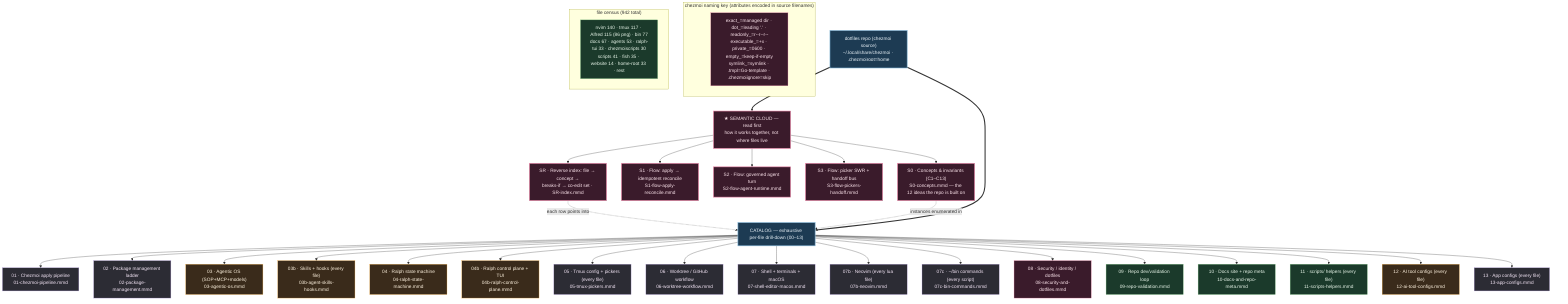
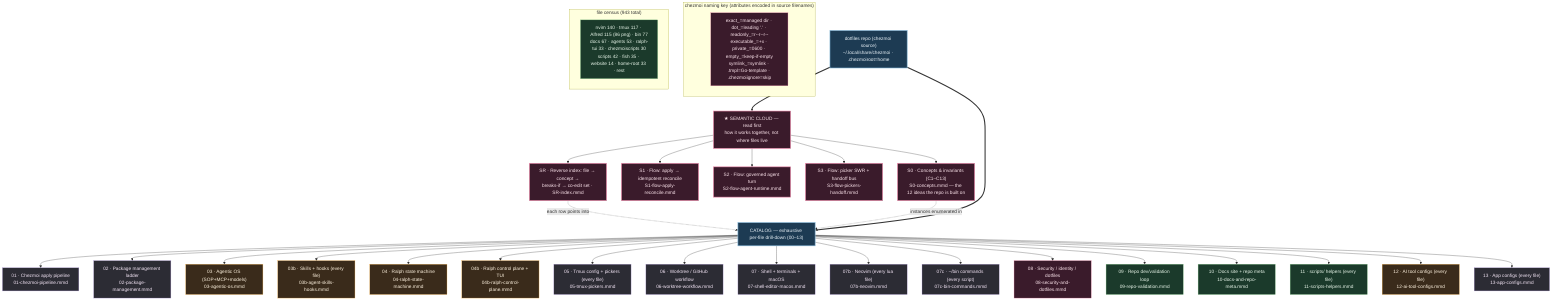
%% ============================================================================
%% 00-overview.mmd — Master navigation map for kapral18/dotfiles
%% TWO LAYERS:
%%   SEMANTIC CLOUD (read first) — how the system THINKS: concepts+invariants
%%     (S0), cross-cutting flows (S1/S2/S3), and a reverse index (SR) that maps
%%     any file to its concept, blast radius, and co-edit set.
%%   CATALOG (drill-down) — how the system is LAID OUT: 00-13 enumerate every
- %%     one of the 942 tracked files (git ls-files) by exact chezmoi source path.
+ %%     one of the 943 tracked files (git ls-files) by exact chezmoi source path.
%% `home/` is chezmoi source deployed to $HOME; scripts/tools/website/docs are
%% repo-side (NOT deployed). Each node → a deeper .mmd.
%% ============================================================================
graph TD
    classDef entry fill:#1d3b53,stroke:#7fb3d5,color:#eaf2f8,stroke-width:2px;
    classDef sys fill:#2c2c34,stroke:#b39ddb,color:#f3e5f5;
    classDef ai fill:#3a2b1b,stroke:#ffb74d,color:#fff3e0;
    classDef repo fill:#1b3a2b,stroke:#81c784,color:#e8f5e9;
    classDef data fill:#3a1b2b,stroke:#f48fb1,color:#fce4ec;
    classDef sem fill:#3a1b2b,stroke:#f48fb1,color:#fce4ec,stroke-width:2px;

    ROOT["dotfiles repo (chezmoi source)<br/>~/.local/share/chezmoi · .chezmoiroot=home"]:::entry

    %% ---- SEMANTIC LAYER (read before the catalog) --------------------------
    ROOT ==> SEMHEAD["★ SEMANTIC CLOUD — read first<br/>how it works together, not where files live"]:::sem
    SEMHEAD --> S0["S0 · Concepts & invariants (C1–C13)<br/>S0-concepts.mmd — the 12 ideas the repo is built on"]:::sem
    SEMHEAD --> S1["S1 · Flow: apply → idempotent reconcile<br/>S1-flow-apply-reconcile.mmd"]:::sem
    SEMHEAD --> S2["S2 · Flow: governed agent turn<br/>S2-flow-agent-runtime.mmd"]:::sem
    SEMHEAD --> S3["S3 · Flow: picker SWR + handoff bus<br/>S3-flow-pickers-handoff.mmd"]:::sem
    SEMHEAD --> SR["SR · Reverse index: file → concept →<br/>breaks-if → co-edit set · SR-index.mmd"]:::sem
    SR -. "each row points into" .-> CATHEAD
    S0 -. "instances enumerated in" .-> CATHEAD

    %% ---- CATALOG LAYER (exhaustive per-file drill-down) --------------------
    ROOT ==> CATHEAD["CATALOG — exhaustive per-file drill-down (00–13)"]:::entry

    CATHEAD --> CZ["01 · Chezmoi apply pipeline<br/>01-chezmoi-pipeline.mmd"]:::sys
    CATHEAD --> PKG["02 · Package management ladder<br/>02-package-management.mmd"]:::sys
    CATHEAD --> AIOS["03 · Agentic OS (SOP+MCP+models)<br/>03-agentic-os.mmd"]:::ai
    CATHEAD --> SKILLS["03b · Skills + hooks (every file)<br/>03b-agent-skills-hooks.mmd"]:::ai
    CATHEAD --> RALPH["04 · Ralph state machine<br/>04-ralph-state-machine.mmd"]:::ai
    CATHEAD --> RALPHCP["04b · Ralph control plane + TUI<br/>04b-ralph-control-plane.mmd"]:::ai
    CATHEAD --> TMUX["05 · Tmux config + pickers (every file)<br/>05-tmux-pickers.mmd"]:::sys
    CATHEAD --> WT["06 · Worktree / GitHub workflow<br/>06-worktree-workflow.mmd"]:::sys
    CATHEAD --> SEM["07 · Shell + terminals + macOS<br/>07-shell-editor-macos.mmd"]:::sys
    CATHEAD --> NVIM["07b · Neovim (every lua file)<br/>07b-neovim.mmd"]:::sys
    CATHEAD --> BIN["07c · ~/bin commands (every script)<br/>07c-bin-commands.mmd"]:::sys
    CATHEAD --> SEC["08 · Security / identity / dotfiles<br/>08-security-and-dotfiles.mmd"]:::data
    CATHEAD --> VAL["09 · Repo dev/validation loop<br/>09-repo-validation.mmd"]:::repo
    CATHEAD --> DOCS["10 · Docs site + repo meta<br/>10-docs-and-repo-meta.mmd"]:::repo
    CATHEAD --> SCRIPTS["11 · scripts/ helpers (every file)<br/>11-scripts-helpers.mmd"]:::repo
    CATHEAD --> AICFG["12 · AI tool configs (every file)<br/>12-ai-tool-configs.mmd"]:::ai
    CATHEAD --> APPS["13 · App configs (every file)<br/>13-app-configs.mmd"]:::sys

    subgraph KEY["chezmoi naming key (attributes encoded in source filenames)"]
        K1["exact_=managed dir · dot_=leading '.' · readonly_=r--r--r--<br/>executable_=+x · private_=0600 · empty_=keep-if-empty<br/>symlink_=symlink · .tmpl=Go-template · .chezmoiignore=skip"]:::data
    end

-     subgraph COUNTS["file census (942 total)"]
-         C1["nvim 140 · tmux 117 · Alfred 115 (86 png) · bin 77<br/>docs 67 · agents 53 · ralph-tui 33 · chezmoiscripts 30<br/>scripts 41 · fish 35 · website 14 · home-root 33 · rest"]:::repo
+     subgraph COUNTS["file census (943 total)"]
+         C1["nvim 140 · tmux 117 · Alfred 115 (86 png) · bin 77<br/>docs 67 · agents 53 · ralph-tui 33 · chezmoiscripts 30<br/>scripts 42 · fish 35 · website 14 · home-root 33 · rest"]:::repo
    end
